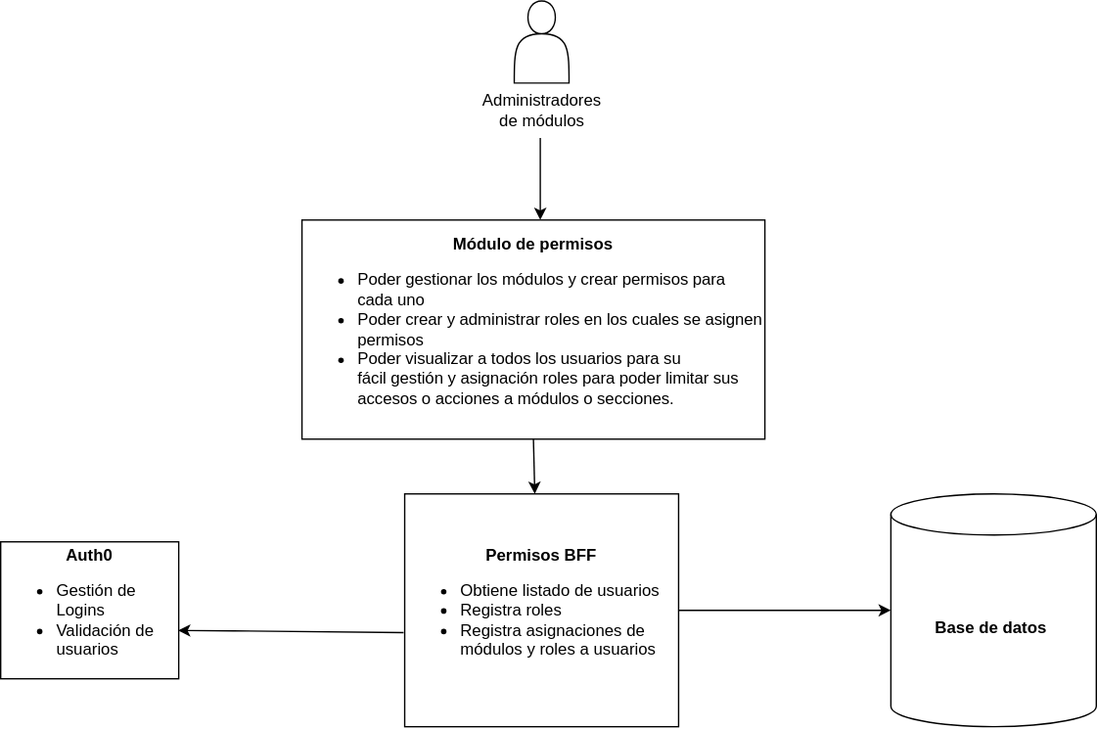
dani99m/Diagramas keeps this draw.io diagram as Diagrama C2 Módulo de permisos.svg. Above is the earlier version. Source tidied: cells renumbered, new cells last; positions are measured from the earlier drawing's top-left corner, leaving out a move shared by most shapes.
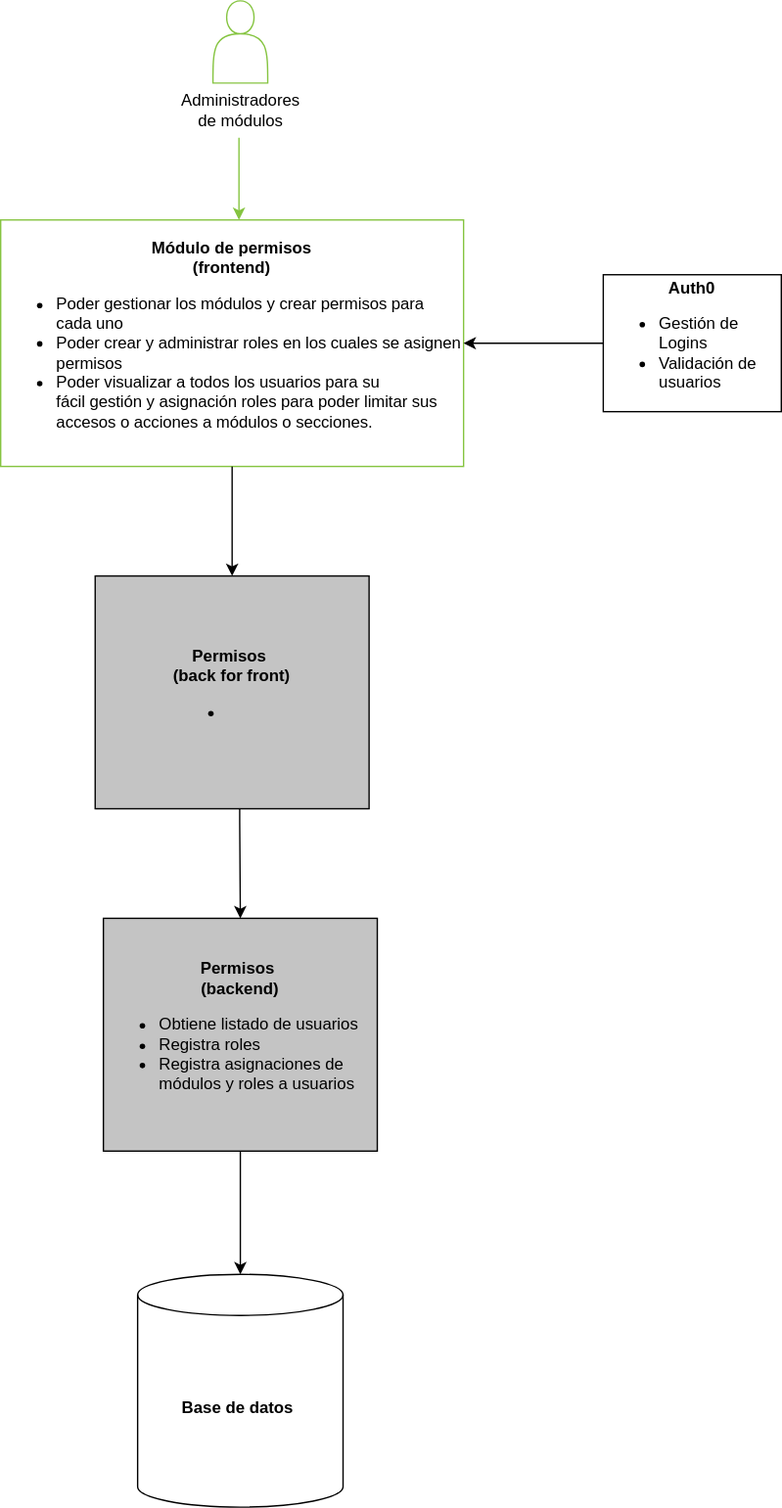
Above is the later version.

The edit, as a diff of the source:
```diff
@@ -2,13 +2,13 @@
   <root>
     <mxCell id="0" />
     <mxCell id="1" parent="0" />
-    <mxCell id="2" style="shape=actor;whiteSpace=wrap;html=1;" parent="1" vertex="1">
+    <mxCell id="2" style="shape=actor;whiteSpace=wrap;html=1;strokeColor=#85C440;" parent="1" vertex="1">
       <mxGeometry x="375" width="40" height="60" as="geometry" />
     </mxCell>
     <mxCell id="3" value="Administradores&lt;br&gt;de módulos" style="text;html=1;align=center;verticalAlign=middle;strokeColor=none;fillColor=none;" parent="1" vertex="1">
       <mxGeometry x="340" y="60" width="110" height="40" as="geometry" />
     </mxCell>
-    <mxCell id="4" style="endArrow=classic;html=1;rounded=0;" parent="1" edge="1">
+    <mxCell id="4" style="endArrow=classic;html=1;rounded=0;strokeColor=#85C440;" parent="1" edge="1">
       <mxGeometry relative="1" as="geometry">
         <mxPoint x="394" y="100" as="sourcePoint" />
         <mxPoint x="394" y="160" as="targetPoint" />
@@ -17,44 +17,34 @@
         </Array>
       </mxGeometry>
     </mxCell>
-    <mxCell id="5" value="&lt;span style=&quot;background-color: initial;&quot;&gt;&lt;b&gt;Módulo de permisos&lt;/b&gt;&lt;br&gt;&lt;ul style=&quot;&quot;&gt;&lt;li style=&quot;text-align: left;&quot;&gt;&lt;span style=&quot;background-color: initial;&quot;&gt;&lt;span style=&quot;font-size: 1em; letter-spacing: -0.005em;&quot;&gt;Poder gestionar los &lt;/span&gt;&lt;span style=&quot;font-size: 12px; letter-spacing: -0.06px;&quot;&gt;módulos&lt;/span&gt;&lt;span style=&quot;font-size: 1em; letter-spacing: -0.005em;&quot;&gt;&amp;nbsp;y crear permisos para cada uno&lt;/span&gt;&lt;/span&gt;&lt;/li&gt;&lt;li style=&quot;text-align: left;&quot;&gt;&lt;span style=&quot;font-size: 1em; letter-spacing: -0.005em; background-color: initial;&quot;&gt;Poder crear y administrar roles en los cuales se asignen permisos&lt;/span&gt;&lt;/li&gt;&lt;li style=&quot;text-align: left;&quot;&gt;&lt;span style=&quot;background-color: initial;&quot;&gt;&lt;span style=&quot;font-size: 1em; letter-spacing: -0.005em;&quot;&gt;Poder visualizar a todos los usuarios para su &lt;/span&gt;&lt;span style=&quot;font-size: 12px; letter-spacing: -0.06px;&quot;&gt;fácil&lt;/span&gt;&lt;span style=&quot;font-size: 1em; letter-spacing: -0.005em;&quot;&gt;&amp;nbsp;&lt;/span&gt;&lt;span style=&quot;font-size: 12px; letter-spacing: -0.06px;&quot;&gt;gestión&lt;/span&gt;&lt;span style=&quot;font-size: 1em; letter-spacing: -0.005em;&quot;&gt;&amp;nbsp;y &lt;/span&gt;&lt;span style=&quot;font-size: 12px; letter-spacing: -0.06px;&quot;&gt;asignación&lt;/span&gt;&lt;span style=&quot;font-size: 1em; letter-spacing: -0.005em;&quot;&gt;&amp;nbsp;roles para poder limitar sus accesos o acciones a &lt;/span&gt;&lt;span style=&quot;font-size: 12px; letter-spacing: -0.06px;&quot;&gt;módulos&lt;/span&gt;&lt;span style=&quot;font-size: 1em; letter-spacing: -0.005em;&quot;&gt;&amp;nbsp;o secciones.&lt;/span&gt;&lt;/span&gt;&lt;/li&gt;&lt;/ul&gt;&lt;/span&gt;" style="rounded=0;whiteSpace=wrap;html=1;" parent="1" vertex="1">
-      <mxGeometry x="220" y="160" width="338" height="160" as="geometry" />
+    <mxCell id="5" value="&lt;span style=&quot;background-color: initial;&quot;&gt;&lt;b&gt;Módulo de permisos&lt;br&gt;(frontend)&lt;/b&gt;&lt;br&gt;&lt;ul style=&quot;&quot;&gt;&lt;li style=&quot;text-align: left;&quot;&gt;&lt;span style=&quot;background-color: initial;&quot;&gt;&lt;span style=&quot;font-size: 1em; letter-spacing: -0.005em;&quot;&gt;Poder gestionar los &lt;/span&gt;&lt;span style=&quot;font-size: 12px; letter-spacing: -0.06px;&quot;&gt;módulos&lt;/span&gt;&lt;span style=&quot;font-size: 1em; letter-spacing: -0.005em;&quot;&gt;&amp;nbsp;y crear permisos para cada uno&lt;/span&gt;&lt;/span&gt;&lt;/li&gt;&lt;li style=&quot;text-align: left;&quot;&gt;&lt;span style=&quot;font-size: 1em; letter-spacing: -0.005em; background-color: initial;&quot;&gt;Poder crear y administrar roles en los cuales se asignen permisos&lt;/span&gt;&lt;/li&gt;&lt;li style=&quot;text-align: left;&quot;&gt;&lt;span style=&quot;background-color: initial;&quot;&gt;&lt;span style=&quot;font-size: 1em; letter-spacing: -0.005em;&quot;&gt;Poder visualizar a todos los usuarios para su &lt;/span&gt;&lt;span style=&quot;font-size: 12px; letter-spacing: -0.06px;&quot;&gt;fácil&lt;/span&gt;&lt;span style=&quot;font-size: 1em; letter-spacing: -0.005em;&quot;&gt;&amp;nbsp;&lt;/span&gt;&lt;span style=&quot;font-size: 12px; letter-spacing: -0.06px;&quot;&gt;gestión&lt;/span&gt;&lt;span style=&quot;font-size: 1em; letter-spacing: -0.005em;&quot;&gt;&amp;nbsp;y &lt;/span&gt;&lt;span style=&quot;font-size: 12px; letter-spacing: -0.06px;&quot;&gt;asignación&lt;/span&gt;&lt;span style=&quot;font-size: 1em; letter-spacing: -0.005em;&quot;&gt;&amp;nbsp;roles para poder limitar sus accesos o acciones a &lt;/span&gt;&lt;span style=&quot;font-size: 12px; letter-spacing: -0.06px;&quot;&gt;módulos&lt;/span&gt;&lt;span style=&quot;font-size: 1em; letter-spacing: -0.005em;&quot;&gt;&amp;nbsp;o secciones.&lt;/span&gt;&lt;/span&gt;&lt;/li&gt;&lt;/ul&gt;&lt;/span&gt;" style="rounded=0;whiteSpace=wrap;html=1;strokeColor=#85C440;" parent="1" vertex="1">
+      <mxGeometry x="220" y="160" width="338" height="180" as="geometry" />
     </mxCell>
-    <mxCell id="6" style="edgeStyle=orthogonalEdgeStyle;rounded=0;jettySize=auto;html=1;" parent="1" edge="1" target="x">
-      <mxGeometry relative="1" as="geometry">
-        <mxPoint x="500" y="455" as="sourcePoint" />
-      </mxGeometry>
-    </mxCell>
-    <mxCell id="7" style="edgeStyle=orthogonalEdgeStyle;rounded=0;jettySize=auto;html=1;" parent="1" edge="1" target="x">
+    <mxCell id="7" style="edgeStyle=orthogonalEdgeStyle;rounded=0;jettySize=auto;html=1;entryX=0.5;entryY=0;entryDx=0;entryDy=0;" parent="1" edge="1" target="16">
       <mxGeometry relative="1" as="geometry">
-        <mxPoint x="400" y="540" as="sourcePoint" />
+        <mxPoint x="394.5" y="530" as="sourcePoint" />
       </mxGeometry>
     </mxCell>
-    <mxCell id="8" style="edgeStyle=orthogonalEdgeStyle;rounded=0;jettySize=auto;html=1;" parent="1" edge="1" target="9">
-      <mxGeometry relative="1" as="geometry">
-        <mxPoint x="490" y="445" as="sourcePoint" />
-      </mxGeometry>
-    </mxCell>
-    <mxCell id="9" value="&lt;b&gt;Base de datos&amp;nbsp;&lt;/b&gt;" style="shape=cylinder3;whiteSpace=wrap;html=1;boundedLbl=1;backgroundOutline=1;size=15;" parent="1" vertex="1">
-      <mxGeometry x="650" y="360" width="150" height="170" as="geometry" />
-    </mxCell>
+    <mxCell id="14" style="edgeStyle=orthogonalEdgeStyle;rounded=0;jettySize=auto;html=1;entryX=1;entryY=0.5;entryDx=0;entryDy=0;strokeColor=#000000;" parent="1" edge="1" source="10" target="5">
+      <mxGeometry relative="1" as="geometry" />
+    </mxCell>
     <mxCell id="10" value="&lt;b&gt;Auth0&lt;/b&gt;&lt;br&gt;&lt;div style=&quot;text-align: left;&quot;&gt;&lt;ul&gt;&lt;li&gt;&lt;span style=&quot;background-color: initial;&quot;&gt;Gestión de Logins&lt;/span&gt;&lt;/li&gt;&lt;li&gt;&lt;span style=&quot;background-color: initial;&quot;&gt;Validación de usuarios&lt;/span&gt;&lt;/li&gt;&lt;/ul&gt;&lt;/div&gt;" style="rounded=0;whiteSpace=wrap;html=1;" parent="1" vertex="1">
-      <mxGeometry y="395" width="130" height="100" as="geometry" />
+      <mxGeometry x="660" y="200" width="130" height="100" as="geometry" />
     </mxCell>
-    <mxCell id="11" style="endArrow=classic;html=1;rounded=0;exitX=0.5;exitY=1;exitDx=0;exitDy=0;entryX=0.5;entryY=0;entryDx=0;entryDy=0;" parent="1" edge="1" source="5">
-      <mxGeometry relative="1" as="geometry">
-        <mxPoint x="390" y="360" as="targetPoint" />
-      </mxGeometry>
+    <mxCell id="11" style="endArrow=classic;html=1;rounded=0;entryX=0.5;entryY=0;entryDx=0;entryDy=0;exitX=0.5;exitY=1;exitDx=0;exitDy=0;" parent="1" edge="1" source="5" target="13">
+      <mxGeometry relative="1" as="geometry" />
     </mxCell>
-    <mxCell id="12" style="endArrow=classic;html=1;rounded=0;exitX=-0.004;exitY=0.596;exitDx=0;exitDy=0;entryX=0.996;entryY=0.647;entryDx=0;entryDy=0;entryPerimeter=0;exitPerimeter=0;" parent="1" edge="1" source="13" target="10">
-      <mxGeometry relative="1" as="geometry">
-        <Array as="points">
-          <mxPoint x="170" y="460" />
-        </Array>
-      </mxGeometry>
-    </mxCell>
-    <mxCell id="13" value="&lt;b&gt;Permisos BFF&lt;/b&gt;&lt;br&gt;&lt;div style=&quot;text-align: left;&quot;&gt;&lt;ul&gt;&lt;li&gt;&lt;span style=&quot;background-color: initial;&quot;&gt;Obtiene listado de usuarios&lt;/span&gt;&lt;/li&gt;&lt;li&gt;Registra roles&lt;/li&gt;&lt;li&gt;Registra asignaciones de módulos y roles a usuarios&lt;/li&gt;&lt;/ul&gt;&lt;/div&gt;" style="rounded=0;whiteSpace=wrap;html=1;" parent="1" vertex="1">
-      <mxGeometry x="295" y="360" width="200" height="170" as="geometry" />
+    <mxCell id="13" value="&lt;b&gt;Permisos&amp;nbsp;&lt;br&gt;(back for front)&lt;/b&gt;&lt;br&gt;&lt;div style=&quot;text-align: left;&quot;&gt;&lt;ul&gt;&lt;li&gt;&lt;br&gt;&lt;/li&gt;&lt;/ul&gt;&lt;/div&gt;" style="rounded=0;whiteSpace=wrap;html=1;fillColor=#C4C4C4;" parent="1" vertex="1">
+      <mxGeometry x="289" y="420" width="200" height="170" as="geometry" />
     </mxCell>
+    <mxCell id="15" style="edgeStyle=orthogonalEdgeStyle;rounded=0;jettySize=auto;html=1;exitX=0.5;exitY=1;exitDx=0;exitDy=0;entryX=0.5;entryY=0;entryDx=0;entryDy=0;entryPerimeter=0;strokeColor=#000000;" parent="1" edge="1" source="16" target="9">
+      <mxGeometry relative="1" as="geometry" />
+    </mxCell>
+    <mxCell id="16" value="&lt;b&gt;Permisos&amp;nbsp;&lt;br&gt;(backend)&lt;/b&gt;&lt;br&gt;&lt;div style=&quot;text-align: left;&quot;&gt;&lt;ul&gt;&lt;li&gt;&lt;span style=&quot;background-color: initial;&quot;&gt;Obtiene listado de usuarios&lt;/span&gt;&lt;/li&gt;&lt;li&gt;Registra roles&lt;/li&gt;&lt;li&gt;Registra asignaciones de módulos y roles a usuarios&lt;/li&gt;&lt;/ul&gt;&lt;/div&gt;" style="rounded=0;whiteSpace=wrap;html=1;fillColor=#C4C4C4;" parent="1" vertex="1">
+      <mxGeometry x="295" y="670" width="200" height="170" as="geometry" />
+    </mxCell>
+    <mxCell id="9" value="&lt;b&gt;Base de datos&amp;nbsp;&lt;/b&gt;" style="shape=cylinder3;whiteSpace=wrap;html=1;boundedLbl=1;backgroundOutline=1;size=15;" parent="1" vertex="1">
+      <mxGeometry x="320" y="930" width="150" height="170" as="geometry" />
+    </mxCell>
   </root>
 </mxGraphModel>
```
